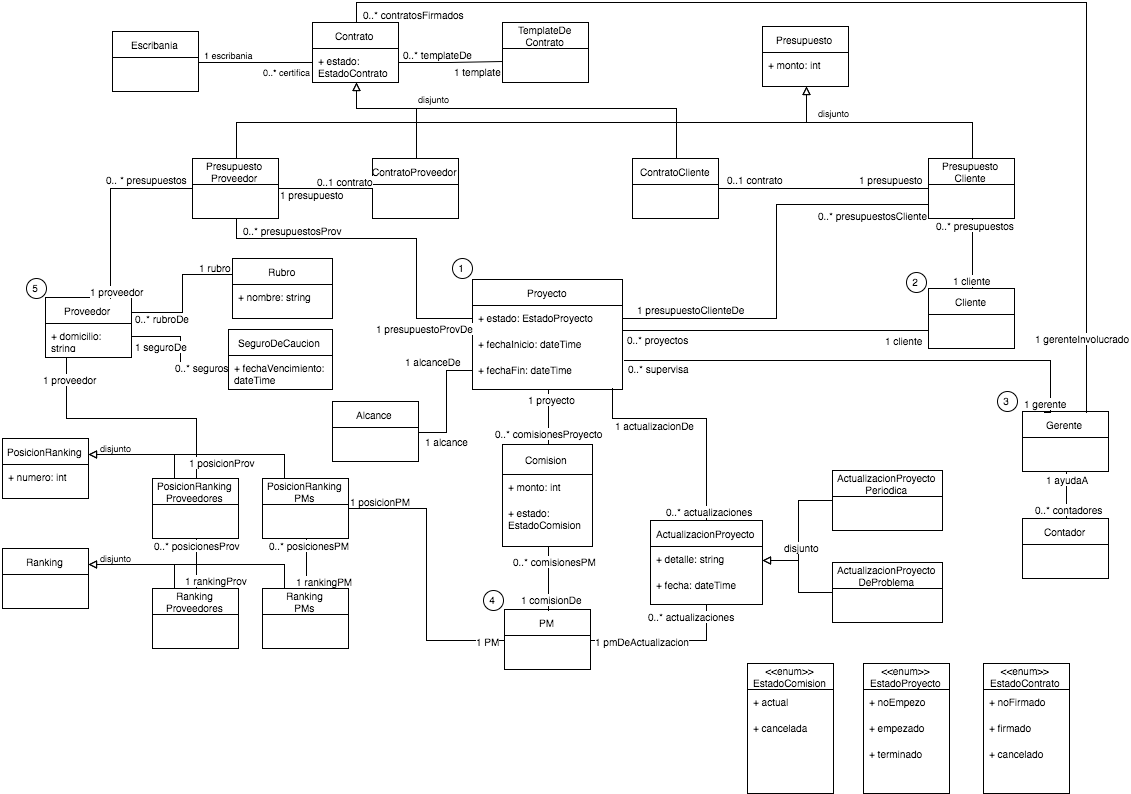
FlyingPumba/tp2-inge1 keeps this draw.io diagram as latex/imagenes/ModeloConceptual1.png. Above is the earlier version. Source tidied: cells renumbered, new cells last; positions are measured from the earlier drawing's top-left corner, leaving out a move shared by most shapes.
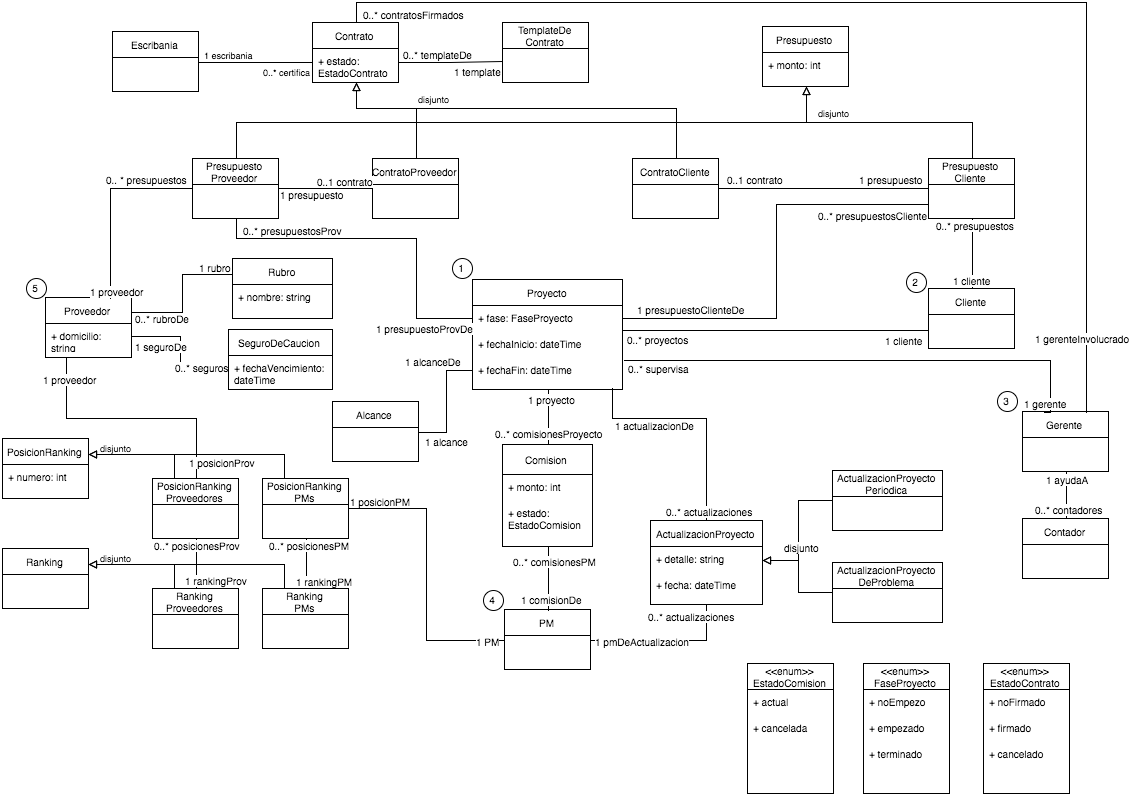
After the change.

Commit message:
Cambio Estado Proyecto a Fase Proyecto

Change to the diagram source:
```diff
@@ -5,7 +5,7 @@
     <mxCell id="2" value="Proyecto" style="swimlane;html=1;fontStyle=0;horizontal=1;startSize=26;fillColor=none;swimlaneFillColor=#ffffff;fontSize=10;" parent="1" vertex="1">
       <mxGeometry x="470" y="266" width="150" height="110" as="geometry" />
     </mxCell>
-    <mxCell id="3" value="+ estado: EstadoProyecto" style="text;html=1;strokeColor=none;fillColor=none;align=left;verticalAlign=top;spacingLeft=4;spacingRight=4;whiteSpace=wrap;overflow=hidden;fontSize=10;" parent="2" vertex="1">
+    <mxCell id="3" value="+ fase: FaseProyecto" style="text;html=1;strokeColor=none;fillColor=none;align=left;verticalAlign=top;spacingLeft=4;spacingRight=4;whiteSpace=wrap;overflow=hidden;fontSize=10;" parent="2" vertex="1">
       <mxGeometry y="26" width="150" height="26" as="geometry" />
     </mxCell>
     <mxCell id="4" value="+ fechaInicio: dateTime" style="text;html=1;strokeColor=none;fillColor=none;align=left;verticalAlign=top;spacingLeft=4;spacingRight=4;whiteSpace=wrap;overflow=hidden;fontSize=10;" parent="2" vertex="1">
@@ -14,7 +14,7 @@
     <mxCell id="5" value="+ fechaFin: dateTime" style="text;html=1;strokeColor=none;fillColor=none;align=left;verticalAlign=top;spacingLeft=4;spacingRight=4;whiteSpace=wrap;overflow=hidden;fontSize=10;" parent="2" vertex="1">
       <mxGeometry y="78" width="150" height="26" as="geometry" />
     </mxCell>
-    <mxCell id="6" value="+ estado: EstadoProyecto" style="text;html=1;strokeColor=none;fillColor=none;align=left;verticalAlign=top;spacingLeft=4;spacingRight=4;whiteSpace=wrap;overflow=hidden;points=[[0,0.5],[1,0.5]];portConstraint=eastwest;fontSize=10;" parent="1" vertex="1">
+    <mxCell id="6" value="+ fase: FaseProyecto" style="text;html=1;strokeColor=none;fillColor=none;align=left;verticalAlign=top;spacingLeft=4;spacingRight=4;whiteSpace=wrap;overflow=hidden;points=[[0,0.5],[1,0.5]];portConstraint=eastwest;fontSize=10;" parent="1" vertex="1">
       <mxGeometry x="470" y="292" width="150" height="26" as="geometry" />
     </mxCell>
     <mxCell id="7" value="+ fechaInicio: dateTime" style="text;html=1;strokeColor=none;fillColor=none;align=left;verticalAlign=top;spacingLeft=4;spacingRight=4;whiteSpace=wrap;overflow=hidden;fontSize=10;" parent="1" vertex="1">
@@ -214,7 +214,7 @@
     <mxCell id="63" value="PM" style="swimlane;html=1;fontStyle=0;horizontal=1;startSize=26;fillColor=none;swimlaneFillColor=#ffffff;fontSize=10;" parent="1" vertex="1">
       <mxGeometry x="502" y="596" width="86" height="60" as="geometry" />
     </mxCell>
-    <mxCell id="64" value="&amp;lt;&amp;lt;enum&amp;gt;&amp;gt;&lt;div&gt;EstadoProyecto&lt;/div&gt;" style="swimlane;html=1;fontStyle=0;horizontal=1;startSize=26;fillColor=none;swimlaneFillColor=#ffffff;fontSize=10;" parent="1" vertex="1">
+    <mxCell id="64" value="&amp;lt;&amp;lt;enum&amp;gt;&amp;gt;&lt;div&gt;FaseProyecto&lt;/div&gt;" style="swimlane;html=1;fontStyle=0;horizontal=1;startSize=26;fillColor=none;swimlaneFillColor=#ffffff;fontSize=10;" parent="1" vertex="1">
       <mxGeometry x="861" y="650" width="86" height="130" as="geometry" />
     </mxCell>
     <mxCell id="65" value="+ noEmpezo" style="text;html=1;strokeColor=none;fillColor=none;align=left;verticalAlign=top;spacingLeft=4;spacingRight=4;whiteSpace=wrap;overflow=hidden;fontSize=10;" parent="64" vertex="1">
```
